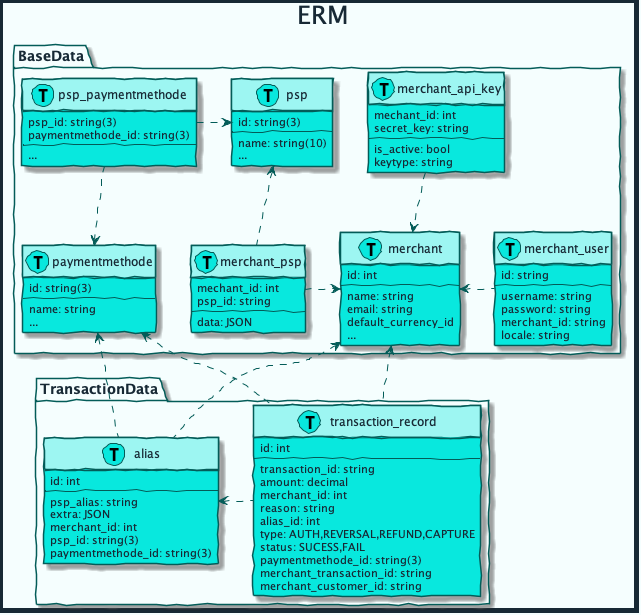
Earlier version of the PlantUML export diagrams/out/erm.png (mobilabsolutions/stash-sdk-wiki). The source it was exported from:
```plantuml
@startuml erm



skinparam handwritten true
skinparam sequenceMessageAlign center
skinparam ActorBackgroundColor #08E8DE
skinparam ActorBorderColor #035C58
skinparam ActorFontColor #172935
skinparam ActorFontName Raleway
skinparam ArrowColor #035C58
skinparam ArrowFontColor #172935
skinparam ArrowFontName Raleway
skinparam BackgroundColor #F5FEFE
skinparam ClassAttributeFontColor #172935
skinparam ClassAttributeFontName Raleway
skinparam ClassBackgroundColor #08E8DE
skinparam ClassBorderColor #035C58
skinparam ClassFontColor #172935
skinparam ClassFontName Raleway
skinparam ClassHeaderBackgroundColor #9DF6F2
skinparam ComponentBackgroundColor #3AEDE5
skinparam ComponentBorderColor #035C58
skinparam ComponentFontColor #172935
skinparam ComponentFontName Raleway
skinparam ControlBackgroundColor #08E8DE
skinparam ControlBorderColor #035C58
skinparam ControlFontColor #172935
skinparam ControlFontName Raleway
skinparam DiagramBorderColor #172935
skinparam DiagramBorderThickness 5
skinparam EntityBackgroundColor #08E8DE
skinparam EntityBorderColor #035C58
skinparam EntityFontColor #172935
skinparam EntityFontName Raleway
skinparam PackageBackgroundColor #F5FEFE
skinparam PackageBorderColor #035C58
skinparam PackageFontColor #172935
skinparam PackageFontName Raleway
skinparam SequenceLifeLineBorderColor #035C58
skinparam SequenceTitleFontColor #172935
skinparam SequenceTitleFontName Raleway
skinparam SequenceTitleFontSize 25
skinparam TitleFontColor #172935
skinparam TitleFontName Raleway
skinparam TitleFontSize 25

title ERM

package BaseData {
    class psp << (T, #08E8DE) >>{
        id: string(3)
        --
        name: string(10)
        ...
    }

    class paymentmethode << (T, #08E8DE) >>{
        id: string(3)
        --
        name: string
        ...
    }

    class psp_paymentmethode << (T, #08E8DE) >>{
        psp_id: string(3)
        paymentmethode_id: string(3)
        --
        ...
    }

    class merchant << (T, #08E8DE) >>{
        id: int
        --
        name: string
        email: string
        default_currency_id
        ...
    }

    class merchant_api_key << (T, #08E8DE) >>{
        mechant_id: int
        secret_key: string
        --
        is_active: bool
        keytype: string
    }

    class merchant_psp << (T, #08E8DE) >>{
        mechant_id: int
        psp_id: string
        --
        data: JSON
    }

    class merchant_user << (T, #08E8DE) >>{
        id: string
        --
        username: string
        password: string
        merchant_id: string
        locale: string
    }

    merchant_psp .> merchant
    psp <-. merchant_psp
    merchant_api_key .-> merchant
    merchant <. merchant_user
    psp_paymentmethode .-> paymentmethode
    psp_paymentmethode .> psp
}

package TransactionData {
    class alias << (T, #08E8DE) >>{
        id: int
        --
        psp_alias: string
        extra: JSON
        merchant_id: int
        psp_id: string(3)
        paymentmethode_id: string(3)
    }

    class transaction_record << (T, #08E8DE) >>{
        id: int
        --
        transaction_id: string
        amount: decimal
        merchant_id: int
        reason: string
        alias_id: int
        type: AUTH,REVERSAL,REFUND,CAPTURE
        status: SUCESS,FAIL
        paymentmethode_id: string(3)
        merchant_transaction_id: string
        merchant_customer_id: string
    }

    alias <. transaction_record
}

paymentmethode <.- alias
merchant <.- alias
paymentmethode <.- transaction_record
merchant <.- transaction_record

@enduml
```
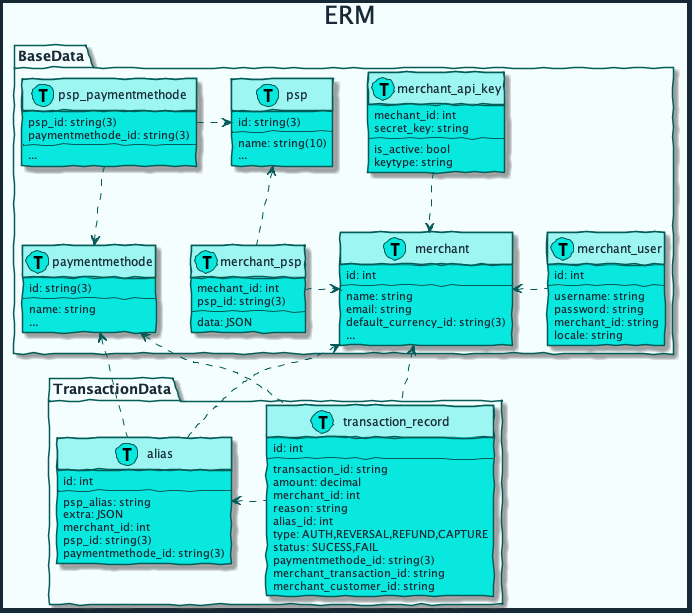
The same diagram one commit later.

The edit, as a diff of the source:
```diff
@@ -74,7 +74,7 @@
         --
         name: string
         email: string
-        default_currency_id
+        default_currency_id: string(3)
         ...
     }
 
@@ -88,13 +88,13 @@
 
     class merchant_psp << (T, #08E8DE) >>{
         mechant_id: int
-        psp_id: string
+        psp_id: string(3)
         --
         data: JSON
     }
 
     class merchant_user << (T, #08E8DE) >>{
-        id: string
+        id: int
         --
         username: string
         password: string
```
